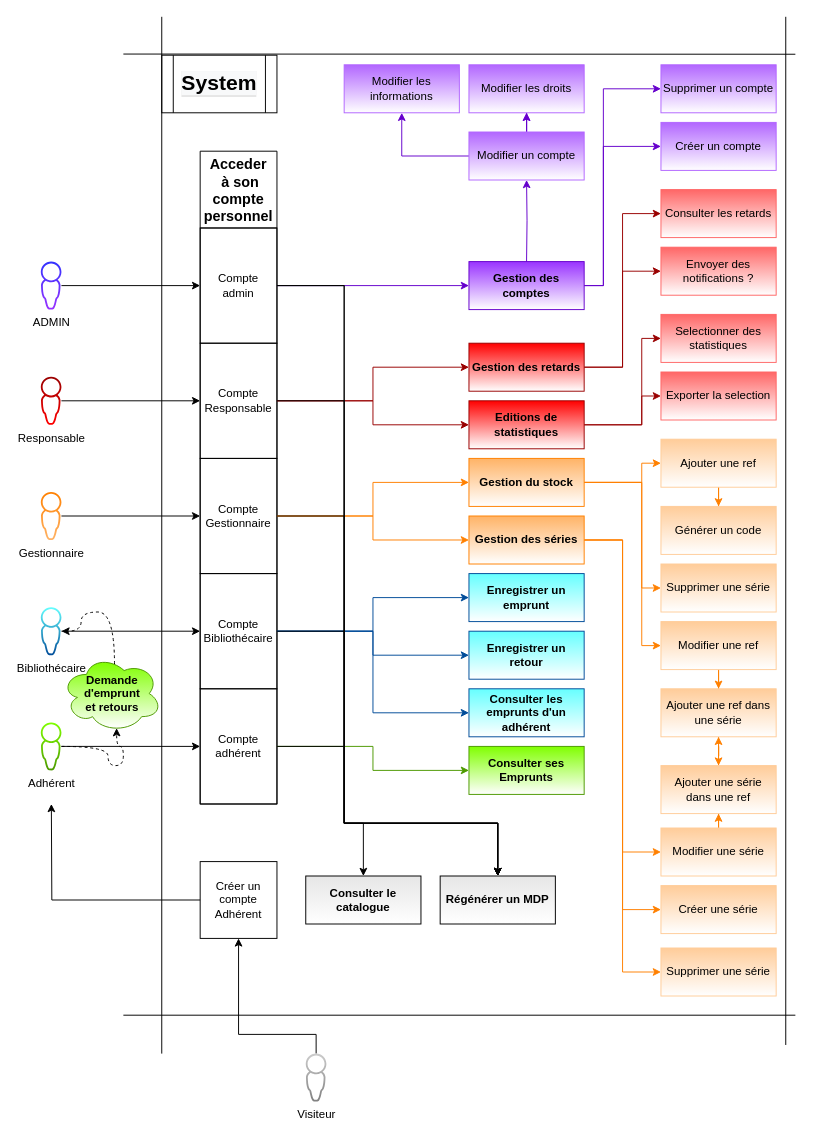
This is UML/2 Diagram fonctionnel.drawio from U-Louis/BDTK, a draw.io file, before an edit. Source tidied: cells renumbered, new cells numbered last; positions are measured from the earlier drawing's top-left corner, leaving out a move shared by most shapes. Both pictures are drawn from the tidied source at 96%, with x=0, y=0 at pixel (40, 16).
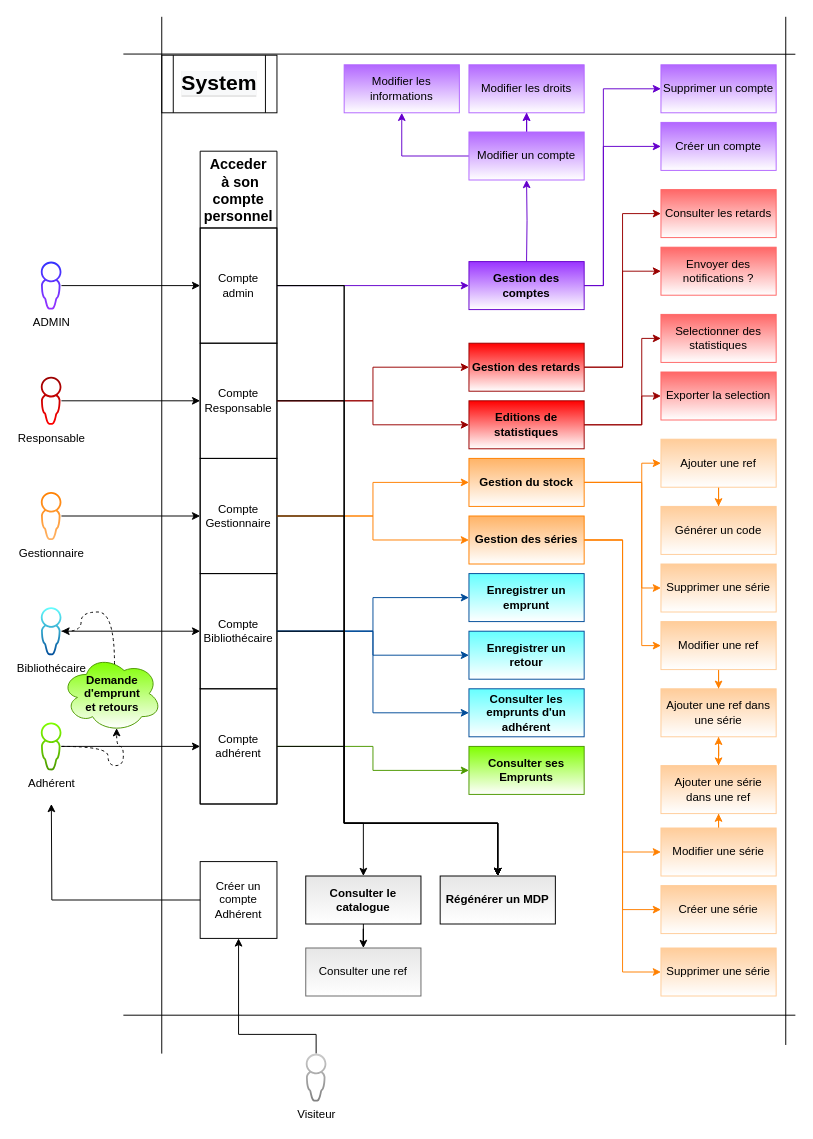
Above is the later version.

The change refers to these unchanged cells:
```xml
<mxCell id="94" value="&lt;b&gt;Consulter le catalogue&lt;/b&gt;" style="rounded=0;whiteSpace=wrap;html=1;gradientColor=#ffffff;fillColor=#E6E6E6;" parent="1" vertex="1">
  <mxGeometry x="276" y="895" width="120" height="50" as="geometry" />
</mxCell>
```

Diff of the diagram source:
```diff
@@
+    <mxCell id="96" style="edgeStyle=orthogonalEdgeStyle;rounded=0;jettySize=auto;html=1;entryX=0.5;entryY=0;entryDx=0;entryDy=0;" parent="1" edge="1" source="94" target="97">
+      <mxGeometry relative="1" as="geometry" />
+    </mxCell>
@@
+    <mxCell id="97" value="&lt;span&gt;Consulter une ref&lt;/span&gt;" style="rounded=0;whiteSpace=wrap;html=1;gradientColor=#ffffff;fillColor=#E6E6E6;strokeColor=#666666;fontStyle=0;" parent="1" vertex="1">
+      <mxGeometry x="276" y="970" width="120" height="50" as="geometry" />
+    </mxCell>
```
